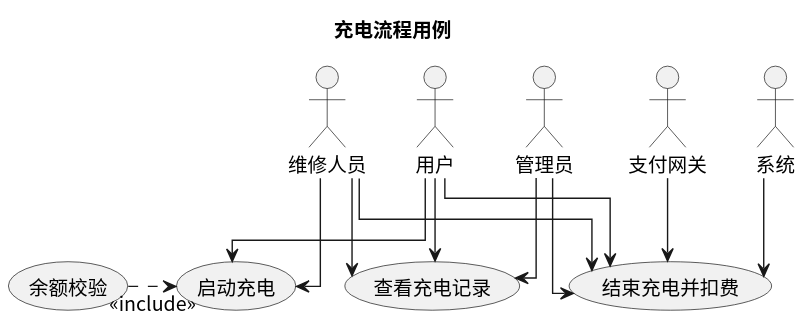
Earlier version of the PlantUML export usecase/docs/backend/img/charging_flow.svg (greenhandzdl/charging-station-doc).
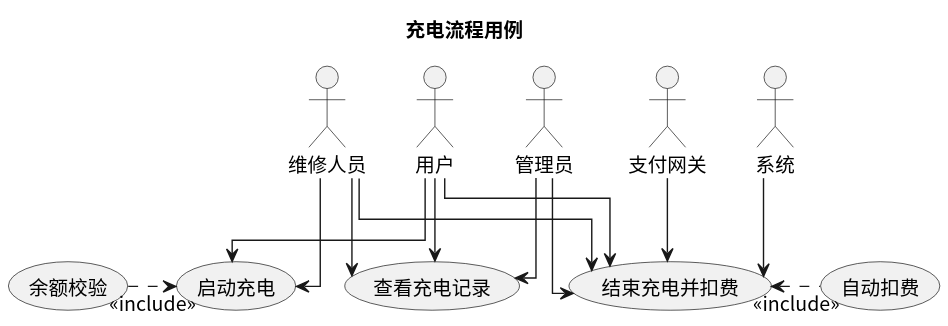
After the commit.

Change to the diagram source:
```diff
@@ -13,6 +13,7 @@
 (启动充电)
 (余额校验)
 (结束充电并扣费)
+(自动扣费)
 (查看充电记录)
 
 U --> 启动充电
@@ -27,4 +28,5 @@
 P --> 结束充电并扣费
 
 启动充电 <.left. 余额校验 : <<include>>
+结束充电并扣费 <.right. 自动扣费 : <<include>>
 @enduml
```
